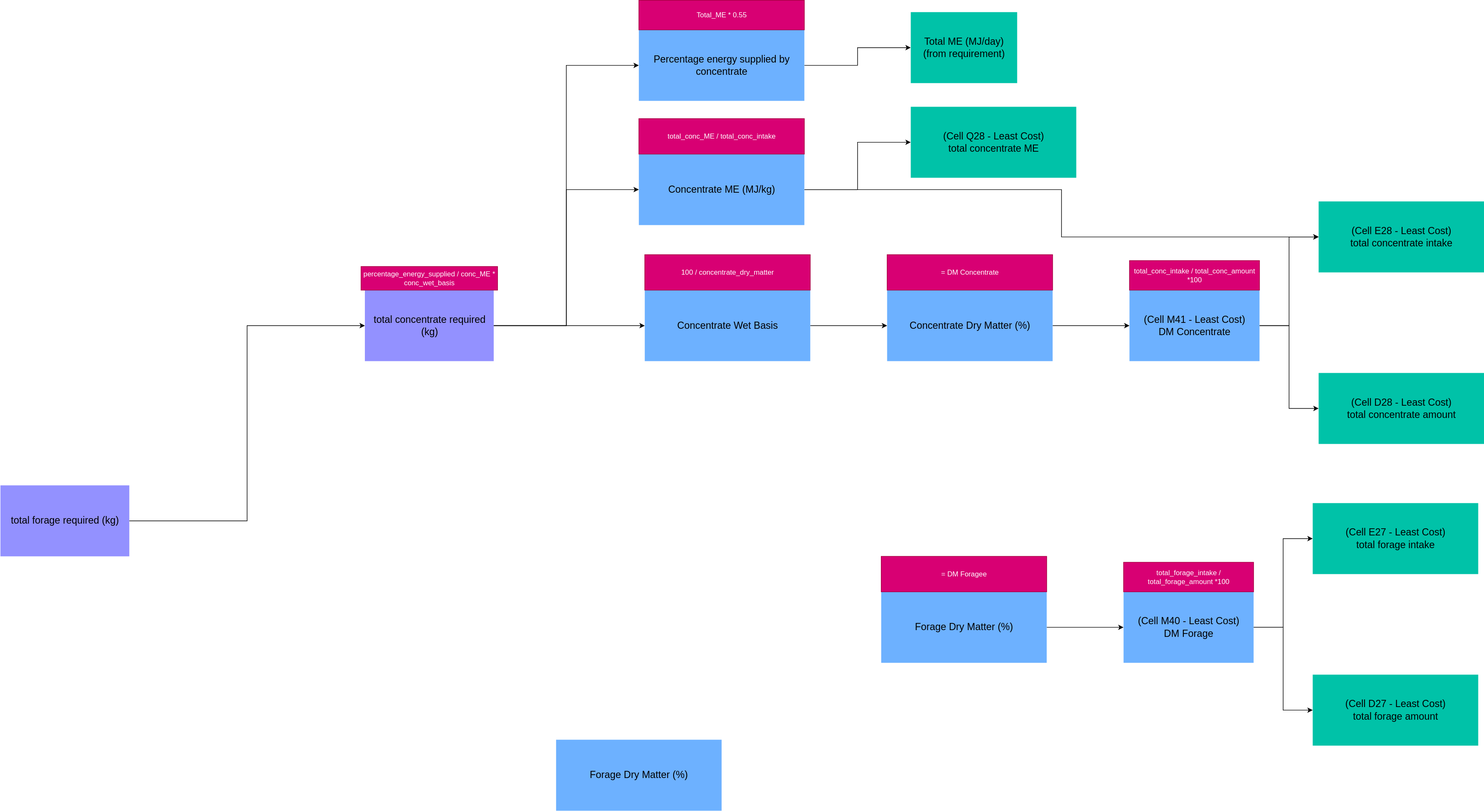
Above: feed-amount.drawio.svg in piperdd/MARDI-diagrams (draw.io), before the change. Source tidied: cells renumbered, new cells last; positions are measured from the earlier drawing's top-left corner, leaving out a move shared by most shapes. Source of this version:
```xml
<mxGraphModel>
  <root>
    <mxCell id="0" />
    <mxCell id="1" parent="0" />
    <mxCell id="2" style="edgeStyle=orthogonalEdgeStyle;rounded=0;jettySize=auto;html=1;entryX=0;entryY=0.5;entryDx=0;entryDy=0;" parent="1" edge="1" source="5" target="8">
      <mxGeometry relative="1" as="geometry" />
    </mxCell>
    <mxCell id="3" style="edgeStyle=orthogonalEdgeStyle;rounded=0;jettySize=auto;html=1;entryX=0;entryY=0.5;entryDx=0;entryDy=0;" parent="1" edge="1" source="5" target="13">
      <mxGeometry relative="1" as="geometry" />
    </mxCell>
    <mxCell id="4" style="edgeStyle=orthogonalEdgeStyle;rounded=0;jettySize=auto;html=1;entryX=0;entryY=0.5;entryDx=0;entryDy=0;" parent="1" edge="1" source="5" target="15">
      <mxGeometry relative="1" as="geometry" />
    </mxCell>
    <mxCell id="5" value="total concentrate required (kg)" style="html=1;overflow=block;blockSpacing=1;whiteSpace=wrap;fontSize=16.7;spacing=9;strokeColor=none;strokeOpacity=0;fillOpacity=100;fillColor=#9391ff;strokeWidth=0;lucidId=-.CI_wQ8EZIK;" parent="1" vertex="1">
      <mxGeometry x="616.5" y="490" width="218" height="120" as="geometry" />
    </mxCell>
    <mxCell id="6" value="percentage_energy_supplied / conc_ME * conc_wet_basis" style="rounded=0;whiteSpace=wrap;html=1;fillColor=#d80073;fontColor=#ffffff;strokeColor=#A50040;" parent="1" vertex="1">
      <mxGeometry x="610" y="450" width="231" height="40" as="geometry" />
    </mxCell>
    <mxCell id="7" style="edgeStyle=orthogonalEdgeStyle;rounded=0;jettySize=auto;html=1;entryX=0;entryY=0.5;entryDx=0;entryDy=0;" parent="1" edge="1" source="8" target="10">
      <mxGeometry relative="1" as="geometry" />
    </mxCell>
    <mxCell id="8" value="Percentage energy supplied by concentrate" style="html=1;overflow=block;blockSpacing=1;whiteSpace=wrap;fontSize=16.7;spacing=9;verticalAlign=middle;strokeColor=none;strokeOpacity=0;fillOpacity=100;fillColor=#6db1ff;strokeWidth=0;lucidId=-.CIoCUJzTKN;" parent="1" vertex="1">
      <mxGeometry x="1080" y="50" width="280" height="120" as="geometry" />
    </mxCell>
    <mxCell id="9" value="Total_ME * 0.55" style="rounded=0;whiteSpace=wrap;html=1;fillColor=#d80073;fontColor=#ffffff;strokeColor=#A50040;" parent="1" vertex="1">
      <mxGeometry x="1080" width="280" height="50" as="geometry" />
    </mxCell>
    <mxCell id="10" value="Total ME (MJ/day)&lt;br&gt;(from requirement)" style="html=1;overflow=block;blockSpacing=1;whiteSpace=wrap;fontSize=16.7;align=center;spacing=9;strokeColor=none;strokeOpacity=0;fillOpacity=100;fillColor=#00c2a8;strokeWidth=0;lucidId=Lp0B8JUC1BkQ;" parent="1" vertex="1">
      <mxGeometry x="1540" y="20" width="180" height="120" as="geometry" />
    </mxCell>
    <mxCell id="11" style="edgeStyle=orthogonalEdgeStyle;rounded=0;jettySize=auto;html=1;entryX=0;entryY=0.5;entryDx=0;entryDy=0;" parent="1" edge="1" source="13" target="18">
      <mxGeometry relative="1" as="geometry" />
    </mxCell>
    <mxCell id="12" style="edgeStyle=orthogonalEdgeStyle;rounded=0;jettySize=auto;html=1;" parent="1" edge="1" source="13" target="26">
      <mxGeometry relative="1" as="geometry" />
    </mxCell>
    <mxCell id="13" value="Concentrate ME (MJ/kg)" style="html=1;overflow=block;blockSpacing=1;whiteSpace=wrap;fontSize=16.7;spacing=9;verticalAlign=middle;strokeColor=none;strokeOpacity=0;fillOpacity=100;fillColor=#6db1ff;strokeWidth=0;lucidId=-.CIoCUJzTKN;" parent="1" vertex="1">
      <mxGeometry x="1080" y="260" width="280" height="120" as="geometry" />
    </mxCell>
    <mxCell id="14" style="edgeStyle=orthogonalEdgeStyle;rounded=0;jettySize=auto;html=1;entryX=0;entryY=0.5;entryDx=0;entryDy=0;" parent="1" edge="1" source="15" target="17">
      <mxGeometry relative="1" as="geometry" />
    </mxCell>
    <mxCell id="15" value="Concentrate Wet Basis" style="html=1;overflow=block;blockSpacing=1;whiteSpace=wrap;fontSize=16.7;spacing=9;verticalAlign=middle;strokeColor=none;strokeOpacity=0;fillOpacity=100;fillColor=#6db1ff;strokeWidth=0;lucidId=-.CIoCUJzTKN;" parent="1" vertex="1">
      <mxGeometry x="1090" y="490" width="280" height="120" as="geometry" />
    </mxCell>
    <mxCell id="16" style="edgeStyle=orthogonalEdgeStyle;rounded=0;jettySize=auto;html=1;" parent="1" edge="1" source="17" target="21">
      <mxGeometry relative="1" as="geometry" />
    </mxCell>
    <mxCell id="17" value="Concentrate Dry Matter (%)" style="html=1;overflow=block;blockSpacing=1;whiteSpace=wrap;fontSize=16.7;spacing=9;verticalAlign=middle;strokeColor=none;strokeOpacity=0;fillOpacity=100;fillColor=#6db1ff;strokeWidth=0;lucidId=-.CIoCUJzTKN;" parent="1" vertex="1">
      <mxGeometry x="1500" y="490" width="280" height="120" as="geometry" />
    </mxCell>
    <mxCell id="18" value="(Cell E28 - Least Cost)&lt;br&gt;total concentrate intake" style="html=1;overflow=block;blockSpacing=1;whiteSpace=wrap;fontSize=16.7;align=center;spacing=9;strokeColor=none;strokeOpacity=0;fillOpacity=100;fillColor=#00c2a8;strokeWidth=0;lucidId=Lp0B8JUC1BkQ;" parent="1" vertex="1">
      <mxGeometry x="2230" y="340" width="280" height="120" as="geometry" />
    </mxCell>
    <mxCell id="19" style="edgeStyle=orthogonalEdgeStyle;rounded=0;jettySize=auto;html=1;entryX=0;entryY=0.5;entryDx=0;entryDy=0;" parent="1" edge="1" source="21" target="22">
      <mxGeometry relative="1" as="geometry" />
    </mxCell>
    <mxCell id="20" style="edgeStyle=orthogonalEdgeStyle;rounded=0;jettySize=auto;html=1;entryX=0;entryY=0.5;entryDx=0;entryDy=0;" parent="1" edge="1" source="21" target="18">
      <mxGeometry relative="1" as="geometry" />
    </mxCell>
    <mxCell id="21" value="(Cell M41 - Least Cost)&lt;br&gt;DM Concentrate" style="html=1;overflow=block;blockSpacing=1;whiteSpace=wrap;fontSize=16.7;spacing=9;verticalAlign=middle;strokeColor=none;strokeOpacity=0;fillOpacity=100;fillColor=#6db1ff;strokeWidth=0;lucidId=-.CIoCUJzTKN;" parent="1" vertex="1">
      <mxGeometry x="1910" y="490" width="220" height="120" as="geometry" />
    </mxCell>
    <mxCell id="22" value="(Cell D28 - Least Cost)&lt;br&gt;total concentrate amount" style="html=1;overflow=block;blockSpacing=1;whiteSpace=wrap;fontSize=16.7;align=center;spacing=9;strokeColor=none;strokeOpacity=0;fillOpacity=100;fillColor=#00c2a8;strokeWidth=0;lucidId=Lp0B8JUC1BkQ;" parent="1" vertex="1">
      <mxGeometry x="2230" y="630" width="280" height="120" as="geometry" />
    </mxCell>
    <mxCell id="23" value="total_conc_intake / total_conc_amount *100" style="rounded=0;whiteSpace=wrap;html=1;fillColor=#d80073;fontColor=#ffffff;strokeColor=#A50040;" parent="1" vertex="1">
      <mxGeometry x="1910" y="440" width="220" height="50" as="geometry" />
    </mxCell>
    <mxCell id="24" value="= DM Concentrate" style="rounded=0;whiteSpace=wrap;html=1;fillColor=#d80073;fontColor=#ffffff;strokeColor=#A50040;" parent="1" vertex="1">
      <mxGeometry x="1500" y="430" width="280" height="60" as="geometry" />
    </mxCell>
    <mxCell id="25" value="100 / concentrate_dry_matter" style="rounded=0;whiteSpace=wrap;html=1;fillColor=#d80073;fontColor=#ffffff;strokeColor=#A50040;" parent="1" vertex="1">
      <mxGeometry x="1090" y="430" width="280" height="60" as="geometry" />
    </mxCell>
    <mxCell id="26" value="(Cell Q28 - Least Cost)&lt;br&gt;total concentrate ME" style="html=1;overflow=block;blockSpacing=1;whiteSpace=wrap;fontSize=16.7;align=center;spacing=9;strokeColor=none;strokeOpacity=0;fillOpacity=100;fillColor=#00c2a8;strokeWidth=0;lucidId=Lp0B8JUC1BkQ;" parent="1" vertex="1">
      <mxGeometry x="1540" y="180" width="280" height="120" as="geometry" />
    </mxCell>
    <mxCell id="27" value="total_conc_ME / total_conc_intake" style="rounded=0;whiteSpace=wrap;html=1;fillColor=#d80073;fontColor=#ffffff;strokeColor=#A50040;" parent="1" vertex="1">
      <mxGeometry x="1080" y="200" width="280" height="60" as="geometry" />
    </mxCell>
    <mxCell id="28" style="edgeStyle=orthogonalEdgeStyle;rounded=0;jettySize=auto;html=1;entryX=0;entryY=0.5;entryDx=0;entryDy=0;" parent="1" edge="1" source="29" target="5">
      <mxGeometry relative="1" as="geometry" />
    </mxCell>
    <mxCell id="29" value="total forage required (kg)" style="html=1;overflow=block;blockSpacing=1;whiteSpace=wrap;fontSize=16.7;spacing=9;strokeColor=none;strokeOpacity=0;fillOpacity=100;fillColor=#9391ff;strokeWidth=0;lucidId=-.CI_wQ8EZIK;" parent="1" vertex="1">
      <mxGeometry y="820" width="218" height="120" as="geometry" />
    </mxCell>
    <mxCell id="30" style="edgeStyle=orthogonalEdgeStyle;rounded=0;jettySize=auto;html=1;" parent="1" edge="1" source="31" target="35">
      <mxGeometry relative="1" as="geometry" />
    </mxCell>
    <mxCell id="31" value="Forage Dry Matter (%)" style="html=1;overflow=block;blockSpacing=1;whiteSpace=wrap;fontSize=16.7;spacing=9;verticalAlign=middle;strokeColor=none;strokeOpacity=0;fillOpacity=100;fillColor=#6db1ff;strokeWidth=0;lucidId=-.CIoCUJzTKN;" parent="1" vertex="1">
      <mxGeometry x="1490" y="1000" width="280" height="120" as="geometry" />
    </mxCell>
    <mxCell id="32" value="(Cell E27 - Least Cost)&lt;br&gt;total forage intake" style="html=1;overflow=block;blockSpacing=1;whiteSpace=wrap;fontSize=16.7;align=center;spacing=9;strokeColor=none;strokeOpacity=0;fillOpacity=100;fillColor=#00c2a8;strokeWidth=0;lucidId=Lp0B8JUC1BkQ;" parent="1" vertex="1">
      <mxGeometry x="2220" y="850" width="280" height="120" as="geometry" />
    </mxCell>
    <mxCell id="33" style="edgeStyle=orthogonalEdgeStyle;rounded=0;jettySize=auto;html=1;entryX=0;entryY=0.5;entryDx=0;entryDy=0;" parent="1" edge="1" source="35" target="36">
      <mxGeometry relative="1" as="geometry" />
    </mxCell>
    <mxCell id="34" style="edgeStyle=orthogonalEdgeStyle;rounded=0;jettySize=auto;html=1;entryX=0;entryY=0.5;entryDx=0;entryDy=0;" parent="1" edge="1" source="35" target="32">
      <mxGeometry relative="1" as="geometry" />
    </mxCell>
    <mxCell id="35" value="(Cell M40 - Least Cost)&lt;br&gt;DM Forage" style="html=1;overflow=block;blockSpacing=1;whiteSpace=wrap;fontSize=16.7;spacing=9;verticalAlign=middle;strokeColor=none;strokeOpacity=0;fillOpacity=100;fillColor=#6db1ff;strokeWidth=0;lucidId=-.CIoCUJzTKN;" parent="1" vertex="1">
      <mxGeometry x="1900" y="1000" width="220" height="120" as="geometry" />
    </mxCell>
    <mxCell id="36" value="(Cell D27 - Least Cost)&lt;br&gt;total forage amount" style="html=1;overflow=block;blockSpacing=1;whiteSpace=wrap;fontSize=16.7;align=center;spacing=9;strokeColor=none;strokeOpacity=0;fillOpacity=100;fillColor=#00c2a8;strokeWidth=0;lucidId=Lp0B8JUC1BkQ;" parent="1" vertex="1">
      <mxGeometry x="2220" y="1140" width="280" height="120" as="geometry" />
    </mxCell>
    <mxCell id="37" value="total_forage_intake / total_forage_amount *100" style="rounded=0;whiteSpace=wrap;html=1;fillColor=#d80073;fontColor=#ffffff;strokeColor=#A50040;" parent="1" vertex="1">
      <mxGeometry x="1900" y="950" width="220" height="50" as="geometry" />
    </mxCell>
    <mxCell id="38" value="= DM Foragee" style="rounded=0;whiteSpace=wrap;html=1;fillColor=#d80073;fontColor=#ffffff;strokeColor=#A50040;" parent="1" vertex="1">
      <mxGeometry x="1490" y="940" width="280" height="60" as="geometry" />
    </mxCell>
    <mxCell id="39" value="Forage Dry Matter (%)" style="html=1;overflow=block;blockSpacing=1;whiteSpace=wrap;fontSize=16.7;spacing=9;verticalAlign=middle;strokeColor=none;strokeOpacity=0;fillOpacity=100;fillColor=#6db1ff;strokeWidth=0;lucidId=-.CIoCUJzTKN;" parent="1" vertex="1">
      <mxGeometry x="940" y="1250" width="280" height="120" as="geometry" />
    </mxCell>
  </root>
</mxGraphModel>
```
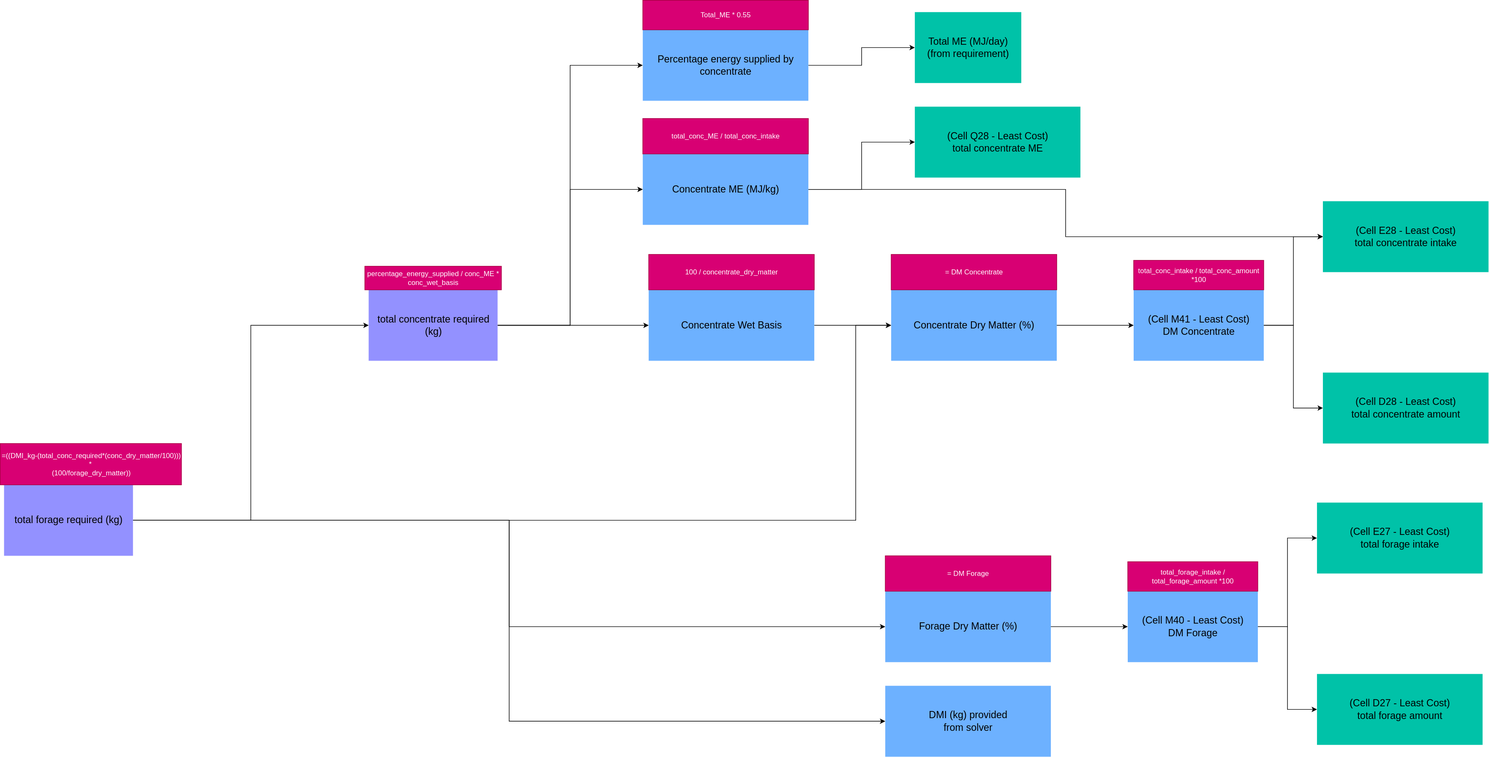
Above is the later version.

Diff of the diagram source:
```diff
@@ -83,6 +83,20 @@
     <mxCell id="28" style="edgeStyle=orthogonalEdgeStyle;rounded=0;jettySize=auto;html=1;entryX=0;entryY=0.5;entryDx=0;entryDy=0;" parent="1" edge="1" source="29" target="5">
       <mxGeometry relative="1" as="geometry" />
     </mxCell>
+    <mxCell id="40" style="edgeStyle=orthogonalEdgeStyle;rounded=0;jettySize=auto;html=1;entryX=0;entryY=0.5;entryDx=0;entryDy=0;" parent="1" edge="1" source="29" target="31">
+      <mxGeometry relative="1" as="geometry" />
+    </mxCell>
+    <mxCell id="41" style="edgeStyle=orthogonalEdgeStyle;rounded=0;jettySize=auto;html=1;entryX=0;entryY=0.5;entryDx=0;entryDy=0;" parent="1" edge="1" source="29" target="17">
+      <mxGeometry relative="1" as="geometry">
+        <Array as="points">
+          <mxPoint x="1440" y="880" />
+          <mxPoint x="1440" y="550" />
+        </Array>
+      </mxGeometry>
+    </mxCell>
+    <mxCell id="42" style="edgeStyle=orthogonalEdgeStyle;rounded=0;jettySize=auto;html=1;entryX=0;entryY=0.5;entryDx=0;entryDy=0;" parent="1" edge="1" source="29" target="39">
+      <mxGeometry relative="1" as="geometry" />
+    </mxCell>
     <mxCell id="29" value="total forage required (kg)" style="html=1;overflow=block;blockSpacing=1;whiteSpace=wrap;fontSize=16.7;spacing=9;strokeColor=none;strokeOpacity=0;fillOpacity=100;fillColor=#9391ff;strokeWidth=0;lucidId=-.CI_wQ8EZIK;" parent="1" vertex="1">
       <mxGeometry y="820" width="218" height="120" as="geometry" />
     </mxCell>
@@ -110,11 +124,14 @@
     <mxCell id="37" value="total_forage_intake / total_forage_amount *100" style="rounded=0;whiteSpace=wrap;html=1;fillColor=#d80073;fontColor=#ffffff;strokeColor=#A50040;" parent="1" vertex="1">
       <mxGeometry x="1900" y="950" width="220" height="50" as="geometry" />
     </mxCell>
-    <mxCell id="38" value="= DM Foragee" style="rounded=0;whiteSpace=wrap;html=1;fillColor=#d80073;fontColor=#ffffff;strokeColor=#A50040;" parent="1" vertex="1">
+    <mxCell id="38" value="= DM Forage" style="rounded=0;whiteSpace=wrap;html=1;fillColor=#d80073;fontColor=#ffffff;strokeColor=#A50040;" parent="1" vertex="1">
       <mxGeometry x="1490" y="940" width="280" height="60" as="geometry" />
     </mxCell>
-    <mxCell id="39" value="Forage Dry Matter (%)" style="html=1;overflow=block;blockSpacing=1;whiteSpace=wrap;fontSize=16.7;spacing=9;verticalAlign=middle;strokeColor=none;strokeOpacity=0;fillOpacity=100;fillColor=#6db1ff;strokeWidth=0;lucidId=-.CIoCUJzTKN;" parent="1" vertex="1">
-      <mxGeometry x="940" y="1250" width="280" height="120" as="geometry" />
+    <mxCell id="39" value="DMI (kg) provided&lt;br&gt;from solver" style="html=1;overflow=block;blockSpacing=1;whiteSpace=wrap;fontSize=16.7;spacing=9;verticalAlign=middle;strokeColor=none;strokeOpacity=0;fillOpacity=100;fillColor=#6db1ff;strokeWidth=0;lucidId=-.CIoCUJzTKN;" parent="1" vertex="1">
+      <mxGeometry x="1490" y="1160" width="280" height="120" as="geometry" />
     </mxCell>
+    <mxCell id="43" value="&lt;div&gt;=((DMI_kg-(total_conc_required*(conc_dry_matter/100))) *&amp;nbsp;&lt;/div&gt;&lt;div&gt;(100/forage_dry_matter))&lt;/div&gt;" style="rounded=0;whiteSpace=wrap;html=1;fillColor=#d80073;fontColor=#ffffff;strokeColor=#A50040;" parent="1" vertex="1">
+      <mxGeometry x="-6.5" y="750" width="306.5" height="70" as="geometry" />
+    </mxCell>
   </root>
 </mxGraphModel>
```
